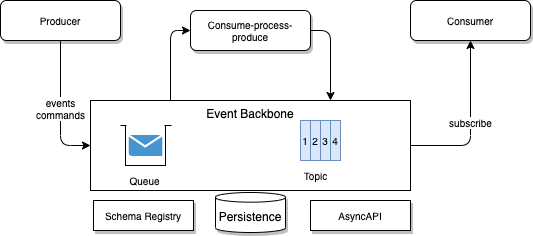
The draw.io diagram docs/concepts/diagrams/event-backbone.drawio.png in jbcodeforce/eda-studies, before a commit. Source tidied: cells renumbered, new cells last; positions are measured from the earlier drawing's top-left corner, leaving out a move shared by most shapes. The source it was exported from:
```xml
<mxGraphModel>
  <root>
    <mxCell id="0" />
    <mxCell id="1" parent="0" />
    <mxCell id="2" value="subscribe" style="edgeStyle=orthogonalEdgeStyle;html=1;entryX=0.5;entryY=1;entryDx=0;entryDy=0;fontSize=10;exitX=1;exitY=0.5;exitDx=0;exitDy=0;" parent="1" edge="1" source="4" target="19">
      <mxGeometry relative="1" as="geometry" />
    </mxCell>
    <mxCell id="3" style="edgeStyle=orthogonalEdgeStyle;html=1;entryX=0;entryY=0.5;entryDx=0;entryDy=0;fontSize=10;exitX=0.25;exitY=0;exitDx=0;exitDy=0;" parent="1" edge="1" source="4" target="24">
      <mxGeometry relative="1" as="geometry">
        <Array as="points">
          <mxPoint x="170" y="30" />
        </Array>
      </mxGeometry>
    </mxCell>
    <mxCell id="4" value="Event Backbone" style="rounded=0;whiteSpace=wrap;html=1;verticalAlign=top;" parent="1" vertex="1">
      <mxGeometry x="90" y="100" width="320" height="90" as="geometry" />
    </mxCell>
    <mxCell id="5" value="Persistence" style="shape=cylinder3;whiteSpace=wrap;html=1;boundedLbl=1;backgroundOutline=1;size=4.8359222412109375;shadow=1;" parent="1" vertex="1">
      <mxGeometry x="215" y="192" width="70" height="40" as="geometry" />
    </mxCell>
    <mxCell id="6" style="group;" parent="1" vertex="1">
      <mxGeometry x="120" y="120" width="51" height="75" as="geometry" />
    </mxCell>
    <mxCell id="7" style="rounded=0;whiteSpace=wrap;html=1;" parent="6" vertex="1">
      <mxGeometry x="5" y="5" width="40" height="40" as="geometry" />
    </mxCell>
    <mxCell id="8" style="shadow=0;dashed=0;html=1;strokeColor=none;fillColor=#4495D1;labelPosition=center;verticalLabelPosition=bottom;verticalAlign=top;align=center;shape=mxgraph.veeam.2d.letter;" parent="6" vertex="1">
      <mxGeometry x="8.3" y="14.6" width="33.4" height="20.8" as="geometry" />
    </mxCell>
    <mxCell id="9" style="endArrow=none;html=1;" parent="6" edge="1">
      <mxGeometry relative="1" as="geometry">
        <mxPoint y="5" as="sourcePoint" />
        <mxPoint x="51" y="5" as="targetPoint" />
      </mxGeometry>
    </mxCell>
    <mxCell id="10" style="rounded=0;whiteSpace=wrap;html=1;strokeColor=none;" parent="6" vertex="1">
      <mxGeometry x="6" width="38" height="10" as="geometry" />
    </mxCell>
    <mxCell id="11" value="Queue" style="text;html=1;align=center;verticalAlign=middle;strokeColor=none;fillColor=none;fontSize=10;shadow=1;" parent="6" vertex="1">
      <mxGeometry x="-1" y="45" width="50" height="30" as="geometry" />
    </mxCell>
    <mxCell id="12" style="group;fillColor=#dae8fc;strokeColor=#6c8ebf;" parent="1" vertex="1">
      <mxGeometry x="300" y="120" width="40" height="40" as="geometry" />
    </mxCell>
    <mxCell id="13" value="1" style="rounded=0;whiteSpace=wrap;html=1;fontSize=10;fillColor=#dae8fc;strokeColor=#6c8ebf;" parent="12" vertex="1">
      <mxGeometry width="10" height="40" as="geometry" />
    </mxCell>
    <mxCell id="14" value="2" style="rounded=0;whiteSpace=wrap;html=1;fontSize=10;fillColor=#dae8fc;strokeColor=#6c8ebf;" parent="12" vertex="1">
      <mxGeometry x="10" width="10" height="40" as="geometry" />
    </mxCell>
    <mxCell id="15" value="3" style="rounded=0;whiteSpace=wrap;html=1;fontSize=10;fillColor=#dae8fc;strokeColor=#6c8ebf;" parent="12" vertex="1">
      <mxGeometry x="20" width="10" height="40" as="geometry" />
    </mxCell>
    <mxCell id="16" value="4" style="rounded=0;whiteSpace=wrap;html=1;fontSize=10;fillColor=#dae8fc;strokeColor=#6c8ebf;" parent="12" vertex="1">
      <mxGeometry x="30" width="10" height="40" as="geometry" />
    </mxCell>
    <mxCell id="17" value="events&lt;br&gt;commands" style="edgeStyle=orthogonalEdgeStyle;html=1;entryX=0;entryY=0.5;entryDx=0;entryDy=0;fontSize=10;" parent="1" edge="1" source="18" target="4">
      <mxGeometry relative="1" as="geometry" />
    </mxCell>
    <mxCell id="18" value="Producer" style="rounded=1;whiteSpace=wrap;html=1;fontSize=10;shadow=1;" parent="1" vertex="1">
      <mxGeometry width="120" height="40" as="geometry" />
    </mxCell>
    <mxCell id="19" value="Consumer" style="rounded=1;whiteSpace=wrap;html=1;fontSize=10;shadow=1;" parent="1" vertex="1">
      <mxGeometry x="410" width="120" height="40" as="geometry" />
    </mxCell>
    <mxCell id="20" value="Schema Registry" style="rounded=0;whiteSpace=wrap;html=1;shadow=1;fontSize=10;" parent="1" vertex="1">
      <mxGeometry x="93" y="200" width="100" height="30" as="geometry" />
    </mxCell>
    <mxCell id="21" value="AsyncAPI" style="rounded=0;whiteSpace=wrap;html=1;shadow=1;fontSize=10;" parent="1" vertex="1">
      <mxGeometry x="310" y="200" width="100" height="30" as="geometry" />
    </mxCell>
    <mxCell id="22" value="Topic" style="text;html=1;align=center;verticalAlign=middle;strokeColor=none;fillColor=none;fontSize=10;" parent="1" vertex="1">
      <mxGeometry x="290" y="160" width="50" height="30" as="geometry" />
    </mxCell>
    <mxCell id="23" style="edgeStyle=orthogonalEdgeStyle;html=1;entryX=0.75;entryY=0;entryDx=0;entryDy=0;fontSize=10;exitX=1;exitY=0.5;exitDx=0;exitDy=0;" parent="1" edge="1" source="24" target="4">
      <mxGeometry relative="1" as="geometry" />
    </mxCell>
    <mxCell id="24" value="Consume-process-produce" style="rounded=1;whiteSpace=wrap;html=1;fontSize=10;shadow=1;" parent="1" vertex="1">
      <mxGeometry x="190" y="10" width="120" height="40" as="geometry" />
    </mxCell>
  </root>
</mxGraphModel>
```
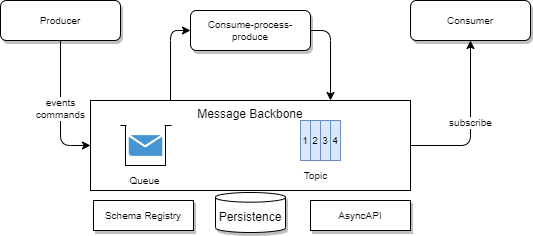
The same file after the commit.

Diff of the diagram source:
```diff
@@ -12,7 +12,7 @@
         </Array>
       </mxGeometry>
     </mxCell>
-    <mxCell id="4" value="Event Backbone" style="rounded=0;whiteSpace=wrap;html=1;verticalAlign=top;" parent="1" vertex="1">
+    <mxCell id="4" value="Message Backbone" style="rounded=0;whiteSpace=wrap;html=1;verticalAlign=top;" parent="1" vertex="1">
       <mxGeometry x="90" y="100" width="320" height="90" as="geometry" />
     </mxCell>
     <mxCell id="5" value="Persistence" style="shape=cylinder3;whiteSpace=wrap;html=1;boundedLbl=1;backgroundOutline=1;size=4.8359222412109375;shadow=1;" parent="1" vertex="1">
```
